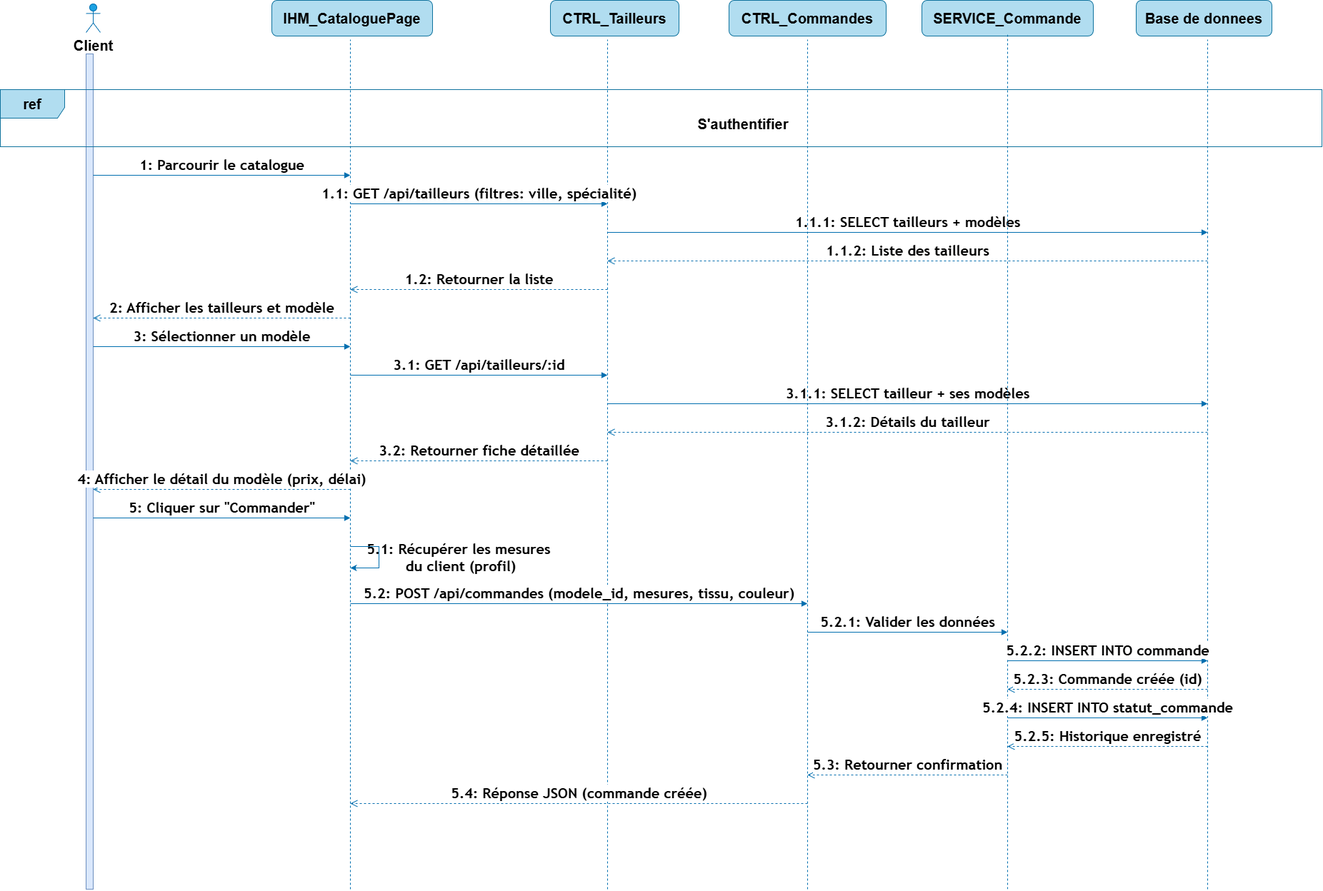
Above: sprint2_sequence.png in Kim-SypherX/Soutenance (draw.io), before the change. Source tidied: cells renumbered, new cells last; positions are measured from the earlier drawing's top-left corner, leaving out a move shared by most shapes.
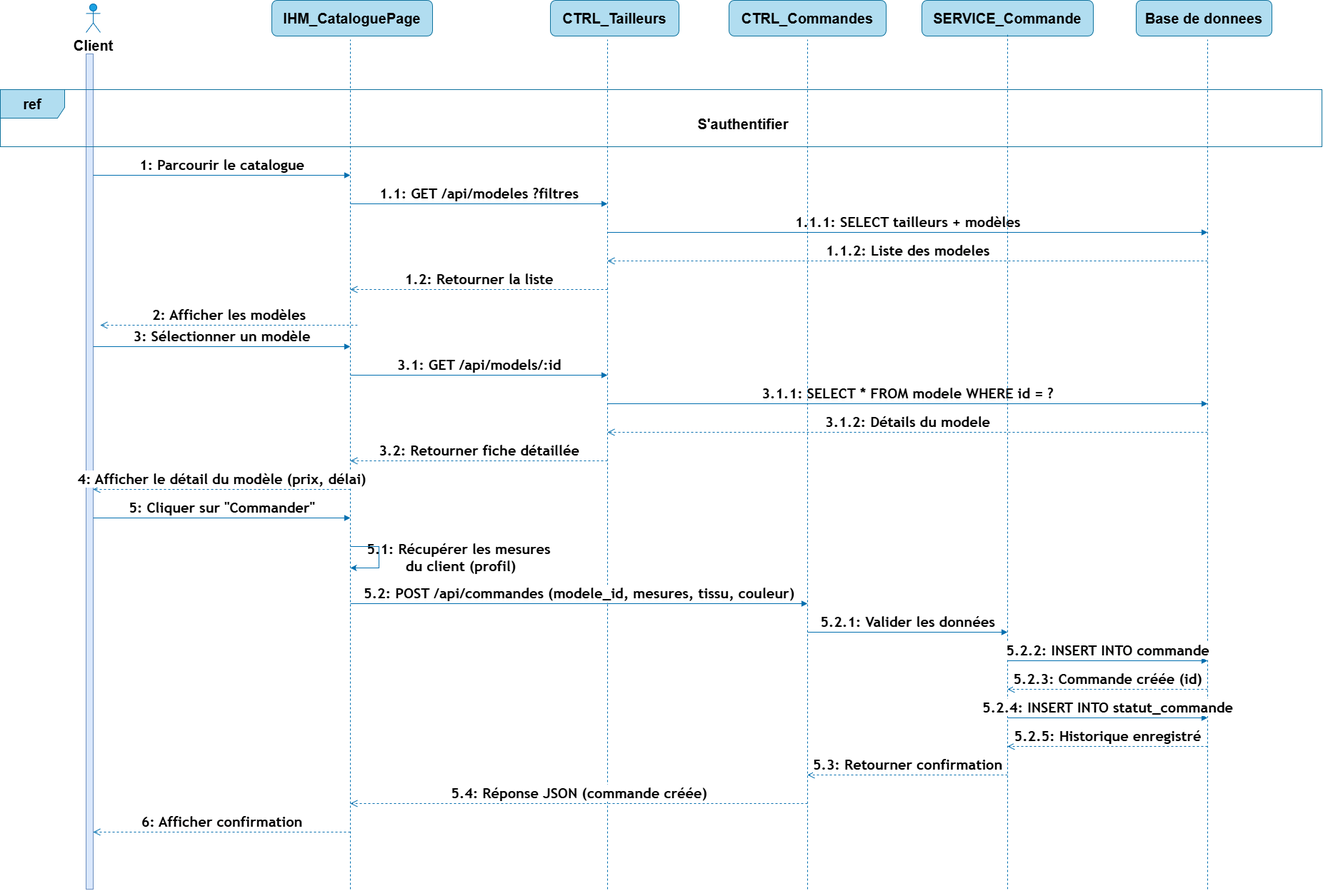
The same file after the commit.

What changed in the source:
```diff
@@ -29,10 +29,10 @@
         <mxPoint x="1690" y="325" as="targetPoint" />
       </mxGeometry>
     </mxCell>
-    <mxCell id="8" value="&lt;span style=&quot;font-family: &amp;quot;trebuchet ms&amp;quot;, verdana, arial, sans-serif; text-align: start;&quot;&gt;&lt;b&gt;2: Afficher les tailleurs et modèle&lt;/b&gt;&lt;/span&gt;" style="html=1;verticalAlign=bottom;endArrow=open;dashed=1;endSize=8;curved=0;rounded=0;fillColor=#1ba1e2;strokeColor=#006EAF;fontSize=20;" parent="1" edge="1">
+    <mxCell id="8" value="&lt;span style=&quot;font-family: &amp;quot;trebuchet ms&amp;quot;, verdana, arial, sans-serif; text-align: start;&quot;&gt;&lt;b&gt;6: Afficher confirmation&lt;/b&gt;&lt;/span&gt;" style="html=1;verticalAlign=bottom;endArrow=open;dashed=1;endSize=8;curved=0;rounded=0;fillColor=#1ba1e2;strokeColor=#006EAF;fontSize=20;" parent="1" edge="1">
       <mxGeometry relative="1" as="geometry">
-        <mxPoint x="490" y="445" as="sourcePoint" />
-        <mxPoint x="130" y="445" as="targetPoint" />
+        <mxPoint x="490" y="1165" as="sourcePoint" />
+        <mxPoint x="130" y="1165" as="targetPoint" />
       </mxGeometry>
     </mxCell>
     <mxCell id="9" value="&lt;span style=&quot;font-family: &amp;quot;trebuchet ms&amp;quot;, verdana, arial, sans-serif; text-align: start;&quot;&gt;&lt;b&gt;5.2.3: Commande créée (id)&lt;/b&gt;&lt;/span&gt;" style="html=1;verticalAlign=bottom;endArrow=open;dashed=1;endSize=8;curved=0;rounded=0;fillColor=#1ba1e2;strokeColor=#006EAF;fontSize=20;" parent="1" edge="1">
@@ -50,7 +50,7 @@
         </Array>
       </mxGeometry>
     </mxCell>
-    <mxCell id="11" value="&lt;span style=&quot;font-family: &amp;quot;trebuchet ms&amp;quot;, verdana, arial, sans-serif; text-align: start;&quot;&gt;&lt;b&gt;1.1.2: Liste des tailleurs&lt;/b&gt;&lt;/span&gt;" style="html=1;verticalAlign=bottom;endArrow=open;dashed=1;endSize=8;curved=0;rounded=0;fillColor=#1ba1e2;strokeColor=#006EAF;fontSize=20;" parent="1" edge="1">
+    <mxCell id="11" value="&lt;span style=&quot;font-family: &amp;quot;trebuchet ms&amp;quot;, verdana, arial, sans-serif; text-align: start;&quot;&gt;&lt;b&gt;1.1.2: Liste des modeles&lt;/b&gt;&lt;/span&gt;" style="html=1;verticalAlign=bottom;endArrow=open;dashed=1;endSize=8;curved=0;rounded=0;fillColor=#1ba1e2;strokeColor=#006EAF;fontSize=20;" parent="1" edge="1">
       <mxGeometry relative="1" as="geometry">
         <mxPoint x="1690" y="365" as="sourcePoint" />
         <mxPoint x="850" y="365" as="targetPoint" />
@@ -59,7 +59,7 @@
     <mxCell id="12" value="&lt;span style=&quot;font-family: &amp;quot;trebuchet ms&amp;quot;, verdana, arial, sans-serif; text-align: start; text-wrap-mode: nowrap; background-color: rgb(255, 255, 255);&quot;&gt;&lt;b&gt;5.1: Récupérer les mesures&amp;nbsp;&lt;/b&gt;&lt;/span&gt;&lt;div&gt;&lt;span style=&quot;font-family: &amp;quot;trebuchet ms&amp;quot;, verdana, arial, sans-serif; text-align: start; text-wrap-mode: nowrap; background-color: rgb(255, 255, 255);&quot;&gt;&lt;b&gt;du client (profil)&lt;/b&gt;&lt;/span&gt;&lt;/div&gt;" style="text;html=1;whiteSpace=wrap;strokeColor=none;fillColor=none;align=center;verticalAlign=middle;rounded=0;fontSize=20;" parent="1" vertex="1">
       <mxGeometry x="500" y="750" width="290" height="60" as="geometry" />
     </mxCell>
-    <mxCell id="13" value="&lt;span style=&quot;font-family: &amp;quot;trebuchet ms&amp;quot;, verdana, arial, sans-serif; text-align: start;&quot;&gt;&lt;b&gt;3.1: GET /api/tailleurs/:id&lt;/b&gt;&lt;/span&gt;" style="html=1;verticalAlign=bottom;endArrow=block;curved=0;rounded=0;fillColor=#1ba1e2;strokeColor=#006EAF;fontSize=20;" parent="1" edge="1">
+    <mxCell id="13" value="&lt;span style=&quot;font-family: &amp;quot;trebuchet ms&amp;quot;, verdana, arial, sans-serif; text-align: start;&quot;&gt;&lt;b&gt;3.1: GET /api/models/:id&lt;/b&gt;&lt;/span&gt;" style="html=1;verticalAlign=bottom;endArrow=block;curved=0;rounded=0;fillColor=#1ba1e2;strokeColor=#006EAF;fontSize=20;" parent="1" edge="1">
       <mxGeometry relative="1" as="geometry">
         <mxPoint x="490" y="525" as="sourcePoint" />
         <mxPoint x="850" y="525" as="targetPoint" />
@@ -83,7 +83,7 @@
         <mxPoint x="130" y="685" as="targetPoint" />
       </mxGeometry>
     </mxCell>
-    <mxCell id="17" value="&lt;span style=&quot;font-family: &amp;quot;trebuchet ms&amp;quot;, verdana, arial, sans-serif; text-align: start;&quot;&gt;&lt;b&gt;3.1.1: SELECT tailleur + ses modèles&lt;/b&gt;&lt;/span&gt;" style="html=1;verticalAlign=bottom;endArrow=block;curved=0;rounded=0;fillColor=#1ba1e2;strokeColor=#006EAF;fontSize=20;" parent="1" edge="1">
+    <mxCell id="17" value="&lt;span style=&quot;font-family: &amp;quot;trebuchet ms&amp;quot;, verdana, arial, sans-serif; text-align: start;&quot;&gt;&lt;b&gt;3.1.1: SELECT * FROM modele WHERE id = ?&lt;/b&gt;&lt;/span&gt;" style="html=1;verticalAlign=bottom;endArrow=block;curved=0;rounded=0;fillColor=#1ba1e2;strokeColor=#006EAF;fontSize=20;" parent="1" edge="1">
       <mxGeometry relative="1" as="geometry">
         <mxPoint x="850" y="565" as="sourcePoint" />
         <mxPoint x="1690" y="565" as="targetPoint" />
@@ -111,7 +111,7 @@
         </Array>
       </mxGeometry>
     </mxCell>
-    <mxCell id="21" value="&lt;span style=&quot;font-family: &amp;quot;trebuchet ms&amp;quot;, verdana, arial, sans-serif; text-align: start;&quot;&gt;&lt;b&gt;1.1: GET /api/tailleurs (filtres: ville, spécialité)&lt;/b&gt;&lt;/span&gt;" style="html=1;verticalAlign=bottom;endArrow=block;curved=0;rounded=0;fillColor=#1ba1e2;strokeColor=#006EAF;fontSize=20;" parent="1" edge="1">
+    <mxCell id="21" value="&lt;span style=&quot;font-family: &amp;quot;trebuchet ms&amp;quot;, verdana, arial, sans-serif; text-align: start;&quot;&gt;&lt;b&gt;1.1: GET /api/modeles ?filtres&lt;/b&gt;&lt;/span&gt;" style="html=1;verticalAlign=bottom;endArrow=block;curved=0;rounded=0;fillColor=#1ba1e2;strokeColor=#006EAF;fontSize=20;" parent="1" edge="1">
       <mxGeometry relative="1" as="geometry">
         <mxPoint x="490" y="285" as="sourcePoint" />
         <mxPoint x="850" y="285" as="targetPoint" />
@@ -150,7 +150,7 @@
         </Array>
       </mxGeometry>
     </mxCell>
-    <mxCell id="28" value="&lt;span style=&quot;font-family: &amp;quot;trebuchet ms&amp;quot;, verdana, arial, sans-serif; text-align: start;&quot;&gt;&lt;b&gt;3.1.2: Détails du tailleur&lt;/b&gt;&lt;/span&gt;" style="html=1;verticalAlign=bottom;endArrow=open;dashed=1;endSize=8;curved=0;rounded=0;fillColor=#1ba1e2;strokeColor=#006EAF;fontSize=20;" parent="1" edge="1">
+    <mxCell id="28" value="&lt;span style=&quot;font-family: &amp;quot;trebuchet ms&amp;quot;, verdana, arial, sans-serif; text-align: start;&quot;&gt;&lt;b&gt;3.1.2: Détails du modele&lt;/b&gt;&lt;/span&gt;" style="html=1;verticalAlign=bottom;endArrow=open;dashed=1;endSize=8;curved=0;rounded=0;fillColor=#1ba1e2;strokeColor=#006EAF;fontSize=20;" parent="1" edge="1">
       <mxGeometry relative="1" as="geometry">
         <mxPoint x="1690" y="605" as="sourcePoint" />
         <mxPoint x="850" y="605" as="targetPoint" />
@@ -210,5 +210,11 @@
     <mxCell id="38" value="&lt;b&gt;ref&lt;/b&gt;" style="shape=umlFrame;whiteSpace=wrap;html=1;fillColor=#b1ddf0;strokeColor=#10739e;fontSize=20;width=90;height=40;" parent="1" vertex="1">
       <mxGeometry y="125" width="1850" height="80" as="geometry" />
     </mxCell>
+    <mxCell id="39" value="&lt;span style=&quot;font-family: &amp;quot;trebuchet ms&amp;quot;, verdana, arial, sans-serif; text-align: start;&quot;&gt;&lt;b&gt;2: Afficher les modèles&lt;/b&gt;&lt;/span&gt;" style="html=1;verticalAlign=bottom;endArrow=open;dashed=1;endSize=8;curved=0;rounded=0;fillColor=#1ba1e2;strokeColor=#006EAF;fontSize=20;" parent="1" edge="1">
+      <mxGeometry relative="1" as="geometry">
+        <mxPoint x="500" y="455" as="sourcePoint" />
+        <mxPoint x="140" y="455" as="targetPoint" />
+      </mxGeometry>
+    </mxCell>
   </root>
 </mxGraphModel>
```
